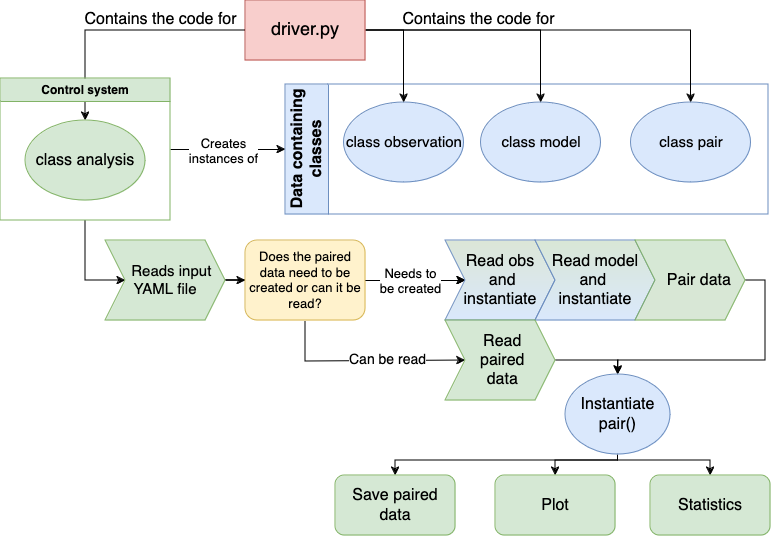
The draw.io diagram docs/_static/melodies_monet_code_workflow.png in shawnusaf/MELODIES-MONET, before a commit. Source tidied: cells renumbered, new cells last; positions are measured from the earlier drawing's top-left corner, leaving out a move shared by most shapes.
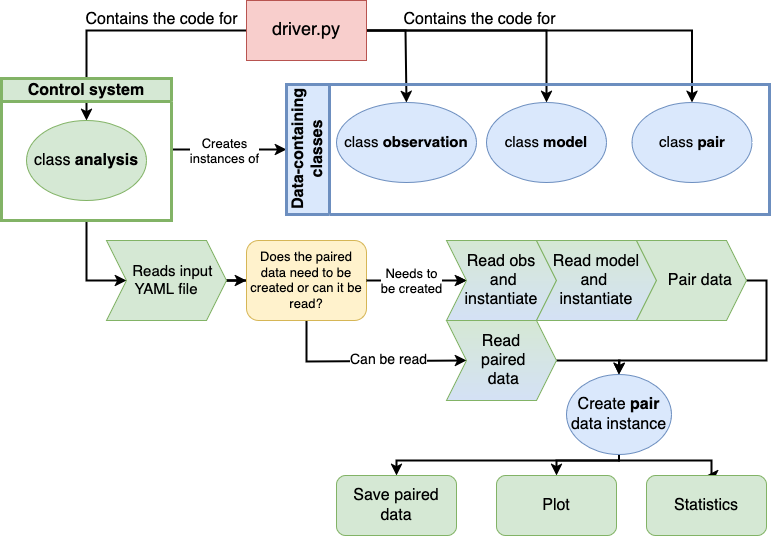
Later version of the same file.

Commit message:
Corrections to workflow diagram

Change to the diagram source:
```diff
@@ -2,22 +2,10 @@
   <root>
     <mxCell id="0" />
     <mxCell id="1" parent="0" />
-    <mxCell id="2" style="edgeStyle=orthogonalEdgeStyle;rounded=0;jettySize=auto;html=1;entryX=0.5;entryY=0;entryDx=0;entryDy=0;" parent="1" edge="1" source="16" target="11">
+    <mxCell id="2" style="edgeStyle=orthogonalEdgeStyle;rounded=0;jettySize=auto;html=1;entryX=0.5;entryY=0;entryDx=0;entryDy=0;strokeWidth=2;" parent="1" edge="1" source="16" target="11">
       <mxGeometry relative="1" as="geometry" />
     </mxCell>
-    <mxCell id="3" value="&lt;font style=&quot;font-size: 16px;&quot;&gt;Data containing classes&lt;/font&gt;" style="swimlane;horizontal=0;whiteSpace=wrap;html=1;startSize=43;fillColor=#dae8fc;strokeColor=#6c8ebf;" parent="1" vertex="1">
-      <mxGeometry x="285" y="84" width="483" height="130" as="geometry" />
-    </mxCell>
-    <mxCell id="4" value="&lt;font style=&quot;font-size: 15px;&quot;&gt;class observation&lt;/font&gt;" style="ellipse;whiteSpace=wrap;html=1;fillColor=#dae8fc;strokeColor=#6c8ebf;" parent="3" vertex="1">
-      <mxGeometry x="58.5" y="18" width="120" height="80" as="geometry" />
-    </mxCell>
-    <mxCell id="5" value="&lt;font style=&quot;font-size: 15px;&quot;&gt;class model&lt;/font&gt;" style="ellipse;whiteSpace=wrap;html=1;fillColor=#dae8fc;strokeColor=#6c8ebf;" parent="3" vertex="1">
-      <mxGeometry x="195.5" y="18" width="120" height="80" as="geometry" />
-    </mxCell>
-    <mxCell id="6" value="&lt;font style=&quot;font-size: 15px;&quot;&gt;class pair&lt;/font&gt;" style="ellipse;whiteSpace=wrap;html=1;fillColor=#dae8fc;strokeColor=#6c8ebf;" parent="3" vertex="1">
-      <mxGeometry x="345.5" y="18" width="120" height="80" as="geometry" />
-    </mxCell>
-    <mxCell id="7" style="edgeStyle=orthogonalEdgeStyle;rounded=0;jettySize=auto;html=1;entryX=0;entryY=0.5;entryDx=0;entryDy=0;" parent="1" edge="1" source="10" target="3">
+    <mxCell id="7" style="edgeStyle=orthogonalEdgeStyle;rounded=0;jettySize=auto;html=1;entryX=0;entryY=0.5;entryDx=0;entryDy=0;strokeWidth=2;" parent="1" edge="1" source="10" target="3">
       <mxGeometry relative="1" as="geometry" />
     </mxCell>
     <mxCell id="8" value="&lt;div&gt;&lt;font style=&quot;font-size: 13px;&quot;&gt;Creates&lt;/font&gt;&lt;/div&gt;&lt;div&gt;&lt;font style=&quot;font-size: 13px;&quot;&gt;instances of&lt;font&gt;&lt;br&gt;&lt;/font&gt;&lt;/font&gt;&lt;/div&gt;" style="edgeLabel;html=1;align=center;verticalAlign=middle;" parent="7" vertex="1">
@@ -25,23 +13,23 @@
         <mxPoint x="1" y="-1" as="offset" />
       </mxGeometry>
     </mxCell>
-    <mxCell id="9" style="edgeStyle=orthogonalEdgeStyle;rounded=0;jettySize=auto;html=1;exitX=0.5;exitY=1;exitDx=0;exitDy=0;entryX=0;entryY=0.5;entryDx=0;entryDy=0;" parent="1" edge="1" source="10" target="19">
+    <mxCell id="9" style="edgeStyle=orthogonalEdgeStyle;rounded=0;jettySize=auto;html=1;exitX=0.5;exitY=1;exitDx=0;exitDy=0;entryX=0;entryY=0.5;entryDx=0;entryDy=0;strokeWidth=2;" parent="1" edge="1" source="10" target="19">
       <mxGeometry relative="1" as="geometry">
         <Array as="points">
           <mxPoint x="85" y="280" />
         </Array>
       </mxGeometry>
     </mxCell>
-    <mxCell id="10" value="Control system" style="swimlane;whiteSpace=wrap;html=1;fillColor=#d5e8d4;strokeColor=#82b366;" parent="1" vertex="1">
+    <mxCell id="10" value="&lt;font style=&quot;font-size: 16px;&quot;&gt;Control system&lt;/font&gt;" style="swimlane;whiteSpace=wrap;html=1;fillColor=#d5e8d4;strokeColor=#82b366;strokeWidth=3;" parent="1" vertex="1">
       <mxGeometry y="78" width="170" height="142" as="geometry" />
     </mxCell>
-    <mxCell id="11" value="&lt;font style=&quot;font-size: 16px;&quot;&gt;class analysis&lt;/font&gt;" style="ellipse;whiteSpace=wrap;html=1;fillColor=#d5e8d4;strokeColor=#82b366;" parent="10" vertex="1">
+    <mxCell id="11" value="&lt;font style=&quot;font-size: 16px;&quot;&gt;class &lt;b&gt;analysis&lt;/b&gt;&lt;/font&gt;" style="ellipse;whiteSpace=wrap;html=1;fillColor=#d5e8d4;strokeColor=#82b366;" parent="10" vertex="1">
       <mxGeometry x="25" y="42" width="120" height="80" as="geometry" />
     </mxCell>
-    <mxCell id="12" style="edgeStyle=orthogonalEdgeStyle;rounded=0;jettySize=auto;html=1;" parent="1" edge="1" source="16" target="5">
+    <mxCell id="12" style="edgeStyle=orthogonalEdgeStyle;rounded=0;jettySize=auto;html=1;strokeWidth=2;" parent="1" edge="1" source="16" target="5">
       <mxGeometry relative="1" as="geometry" />
     </mxCell>
-    <mxCell id="13" style="edgeStyle=orthogonalEdgeStyle;rounded=0;jettySize=auto;html=1;" parent="1" edge="1" source="16" target="6">
+    <mxCell id="13" style="edgeStyle=orthogonalEdgeStyle;rounded=0;jettySize=auto;html=1;strokeWidth=2;" parent="1" edge="1" source="16" target="6">
       <mxGeometry relative="1" as="geometry" />
     </mxCell>
     <mxCell id="14" value="&lt;font style=&quot;font-size: 16px;&quot;&gt;Contains the code for&lt;/font&gt;" style="edgeLabel;html=1;align=center;verticalAlign=middle;" parent="13" vertex="1">
@@ -49,7 +37,7 @@
         <mxPoint x="25" y="-14" as="offset" />
       </mxGeometry>
     </mxCell>
-    <mxCell id="15" style="edgeStyle=orthogonalEdgeStyle;rounded=0;jettySize=auto;html=1;entryX=0.5;entryY=0;entryDx=0;entryDy=0;" parent="1" edge="1" source="16" target="4">
+    <mxCell id="15" style="edgeStyle=orthogonalEdgeStyle;rounded=0;jettySize=auto;html=1;entryX=0.5;entryY=0;entryDx=0;entryDy=0;strokeWidth=2;" parent="1" edge="1" source="16" target="4">
       <mxGeometry relative="1" as="geometry">
         <Array as="points">
           <mxPoint x="404" y="30" />
@@ -62,13 +50,13 @@
     <mxCell id="17" value="&lt;font style=&quot;font-size: 16px;&quot;&gt;Contains the code for&lt;/font&gt;" style="edgeLabel;html=1;align=center;verticalAlign=middle;" parent="1" vertex="1">
       <mxGeometry x="159" y="18" as="geometry" />
     </mxCell>
-    <mxCell id="18" style="edgeStyle=orthogonalEdgeStyle;rounded=0;jettySize=auto;html=1;entryX=0;entryY=0.5;entryDx=0;entryDy=0;" parent="1" edge="1" source="19" target="22">
+    <mxCell id="18" style="edgeStyle=orthogonalEdgeStyle;rounded=0;jettySize=auto;html=1;entryX=0;entryY=0.5;entryDx=0;entryDy=0;strokeWidth=2;" parent="1" edge="1" source="19" target="22">
       <mxGeometry relative="1" as="geometry" />
     </mxCell>
     <mxCell id="19" value="&lt;div&gt;&amp;nbsp;&amp;nbsp;&amp;nbsp; Reads input&amp;nbsp;&lt;/div&gt;&lt;div&gt;YAML file&lt;/div&gt;" style="shape=step;perimeter=stepPerimeter;whiteSpace=wrap;html=1;fixedSize=1;fontSize=15;fillColor=#d5e8d4;strokeColor=#82b366;" parent="1" vertex="1">
       <mxGeometry x="105" y="240" width="120" height="80" as="geometry" />
     </mxCell>
-    <mxCell id="20" value="&lt;font style=&quot;font-size: 14px;&quot;&gt;Can be read&lt;/font&gt;" style="edgeStyle=orthogonalEdgeStyle;rounded=0;jettySize=auto;html=1;exitX=0.5;exitY=1;exitDx=0;exitDy=0;entryX=0;entryY=0.5;entryDx=0;entryDy=0;" parent="1" edge="1" target="30">
+    <mxCell id="20" value="&lt;font style=&quot;font-size: 14px;&quot;&gt;Can be read&lt;/font&gt;" style="edgeStyle=orthogonalEdgeStyle;rounded=0;jettySize=auto;html=1;exitX=0.5;exitY=1;exitDx=0;exitDy=0;entryX=0;entryY=0.5;entryDx=0;entryDy=0;strokeWidth=2;" parent="1" edge="1" target="30">
       <mxGeometry x="0.22" relative="1" as="geometry">
         <mxPoint x="305" y="321" as="sourcePoint" />
         <Array as="points">
@@ -82,7 +70,7 @@
     <mxCell id="22" value="&lt;font style=&quot;font-size: 13px;&quot;&gt;Does the paired data need to be created or can it be read?&lt;/font&gt;" style="rounded=1;whiteSpace=wrap;html=1;fillColor=#fff2cc;strokeColor=#d6b656;" parent="1" vertex="1">
       <mxGeometry x="245" y="240" width="120" height="80" as="geometry" />
     </mxCell>
-    <mxCell id="23" style="endArrow=classic;html=1;rounded=0;" parent="1" edge="1">
+    <mxCell id="23" style="endArrow=classic;html=1;rounded=0;strokeWidth=2;" parent="1" edge="1">
       <mxGeometry relative="1" as="geometry">
         <mxPoint x="365" y="280" as="sourcePoint" />
         <mxPoint x="465" y="280" as="targetPoint" />
@@ -93,13 +81,13 @@
         <mxPoint x="9" y="-3" as="offset" />
       </mxGeometry>
     </mxCell>
-    <mxCell id="25" value="&lt;div&gt;&lt;font style=&quot;font-size: 16px;&quot;&gt;Read obs&lt;/font&gt;&lt;/div&gt;&lt;div&gt;&lt;font style=&quot;font-size: 16px;&quot;&gt;&amp;nbsp;and instantiate&lt;/font&gt;&lt;/div&gt;" style="shape=step;perimeter=stepPerimeter;whiteSpace=wrap;html=1;fixedSize=1;fillColor=#dae8fc;strokeColor=#6c8ebf;gradientColor=#dbe6d7;gradientDirection=north;" parent="1" vertex="1">
+    <mxCell id="25" value="&lt;div&gt;&lt;font style=&quot;font-size: 16px;&quot;&gt;Read obs&lt;/font&gt;&lt;/div&gt;&lt;div&gt;&lt;font style=&quot;font-size: 16px;&quot;&gt;&amp;nbsp;and instantiate&lt;/font&gt;&lt;/div&gt;" style="shape=step;perimeter=stepPerimeter;whiteSpace=wrap;html=1;fixedSize=1;fillColor=#d5e8d4;strokeColor=#82b366;gradientColor=#D4E1F5;" parent="1" vertex="1">
       <mxGeometry x="445" y="240" width="110" height="80" as="geometry" />
     </mxCell>
-    <mxCell id="26" value="&lt;div&gt;&lt;font style=&quot;font-size: 16px;&quot;&gt;Read model and&amp;nbsp;&lt;/font&gt;&lt;/div&gt;&lt;div&gt;&lt;font style=&quot;font-size: 16px;&quot;&gt;instantiate&lt;/font&gt;&lt;/div&gt;" style="shape=step;perimeter=stepPerimeter;whiteSpace=wrap;html=1;fixedSize=1;fillColor=#dae8fc;strokeColor=#6c8ebf;gradientColor=#d9e7d6;gradientDirection=north;" parent="1" vertex="1">
+    <mxCell id="26" value="&lt;div&gt;&lt;font style=&quot;font-size: 16px;&quot;&gt;Read model and&amp;nbsp;&lt;/font&gt;&lt;/div&gt;&lt;div&gt;&lt;font style=&quot;font-size: 16px;&quot;&gt;instantiate&lt;/font&gt;&lt;/div&gt;" style="shape=step;perimeter=stepPerimeter;whiteSpace=wrap;html=1;fixedSize=1;fillColor=#d5e8d4;strokeColor=#82b366;gradientColor=#D4E1F5;" parent="1" vertex="1">
       <mxGeometry x="535" y="240" width="120" height="80" as="geometry" />
     </mxCell>
-    <mxCell id="27" style="edgeStyle=orthogonalEdgeStyle;rounded=0;jettySize=auto;html=1;exitX=1;exitY=0.5;exitDx=0;exitDy=0;entryX=0.5;entryY=0;entryDx=0;entryDy=0;" parent="1" edge="1" source="28" target="34">
+    <mxCell id="27" style="edgeStyle=orthogonalEdgeStyle;rounded=0;jettySize=auto;html=1;exitX=1;exitY=0.5;exitDx=0;exitDy=0;entryX=0.5;entryY=0;entryDx=0;entryDy=0;strokeWidth=2;" parent="1" edge="1" source="28" target="34">
       <mxGeometry relative="1" as="geometry">
         <Array as="points">
           <mxPoint x="765" y="280" />
@@ -108,20 +96,20 @@
         </Array>
       </mxGeometry>
     </mxCell>
-    <mxCell id="28" value="&lt;div&gt;&lt;font style=&quot;font-size: 16px;&quot;&gt;&amp;nbsp;&amp;nbsp;&amp;nbsp; Pair data&lt;br&gt;&lt;/font&gt;&lt;/div&gt;" style="shape=step;perimeter=stepPerimeter;whiteSpace=wrap;html=1;fixedSize=1;fillColor=#d5e8d4;strokeColor=#82b366;gradientColor=#d9e7d6;" parent="1" vertex="1">
+    <mxCell id="28" value="&lt;div&gt;&lt;font style=&quot;font-size: 16px;&quot;&gt;&amp;nbsp;&amp;nbsp;&amp;nbsp; Pair data&lt;br&gt;&lt;/font&gt;&lt;/div&gt;" style="shape=step;perimeter=stepPerimeter;whiteSpace=wrap;html=1;fixedSize=1;fillColor=#d5e8d4;strokeColor=#82b366;" parent="1" vertex="1">
       <mxGeometry x="635" y="240" width="110" height="80" as="geometry" />
     </mxCell>
-    <mxCell id="29" style="edgeStyle=orthogonalEdgeStyle;rounded=0;jettySize=auto;html=1;" parent="1" edge="1" source="30" target="34">
+    <mxCell id="29" style="edgeStyle=orthogonalEdgeStyle;rounded=0;jettySize=auto;html=1;strokeWidth=2;" parent="1" edge="1" source="30" target="34">
       <mxGeometry relative="1" as="geometry">
         <Array as="points">
           <mxPoint x="618" y="360" />
         </Array>
       </mxGeometry>
     </mxCell>
-    <mxCell id="30" value="&lt;div&gt;&lt;font style=&quot;font-size: 16px;&quot;&gt;&amp;nbsp; Read&amp;nbsp;&lt;/font&gt;&lt;/div&gt;&lt;div&gt;&lt;font style=&quot;font-size: 16px;&quot;&gt;&amp;nbsp;paired&lt;/font&gt;&lt;/div&gt;&lt;div&gt;&lt;font style=&quot;font-size: 16px;&quot;&gt;&amp;nbsp;data&lt;br&gt;&lt;/font&gt;&lt;/div&gt;" style="shape=step;perimeter=stepPerimeter;whiteSpace=wrap;html=1;fixedSize=1;fillColor=#d5e8d4;strokeColor=#82b366;" parent="1" vertex="1">
+    <mxCell id="30" value="&lt;div&gt;&lt;font style=&quot;font-size: 16px;&quot;&gt;Read&lt;/font&gt;&lt;/div&gt;&lt;div&gt;&lt;font style=&quot;font-size: 16px;&quot;&gt;&amp;nbsp;paired&lt;/font&gt;&lt;/div&gt;&lt;div&gt;&lt;font style=&quot;font-size: 16px;&quot;&gt;&amp;nbsp;data&lt;/font&gt;&lt;/div&gt;" style="shape=step;perimeter=stepPerimeter;whiteSpace=wrap;html=1;fixedSize=1;gradientColor=light-dark(#D4E1F5,#1F2F1E);fillColor=#D5E8D4;strokeColor=#82B366;" parent="1" vertex="1">
       <mxGeometry x="445" y="320" width="110" height="80" as="geometry" />
     </mxCell>
-    <mxCell id="31" style="edgeStyle=orthogonalEdgeStyle;rounded=0;jettySize=auto;html=1;" parent="1" edge="1" source="34" target="35">
+    <mxCell id="31" style="edgeStyle=orthogonalEdgeStyle;rounded=0;jettySize=auto;html=1;strokeWidth=2;" parent="1" edge="1" source="34" target="35">
       <mxGeometry relative="1" as="geometry">
         <Array as="points">
           <mxPoint x="618" y="460" />
@@ -129,7 +117,7 @@
         </Array>
       </mxGeometry>
     </mxCell>
-    <mxCell id="32" style="edgeStyle=orthogonalEdgeStyle;rounded=0;jettySize=auto;html=1;entryX=0.5;entryY=0;entryDx=0;entryDy=0;" parent="1" edge="1" source="34" target="36">
+    <mxCell id="32" style="edgeStyle=orthogonalEdgeStyle;rounded=0;jettySize=auto;html=1;entryX=0.5;entryY=0;entryDx=0;entryDy=0;strokeWidth=2;" parent="1" edge="1" source="34" target="36">
       <mxGeometry relative="1" as="geometry">
         <Array as="points">
           <mxPoint x="618" y="460" />
@@ -137,7 +125,7 @@
         </Array>
       </mxGeometry>
     </mxCell>
-    <mxCell id="33" style="edgeStyle=orthogonalEdgeStyle;rounded=0;jettySize=auto;html=1;entryX=0.5;entryY=0;entryDx=0;entryDy=0;" parent="1" edge="1" source="34" target="37">
+    <mxCell id="33" style="edgeStyle=orthogonalEdgeStyle;rounded=0;jettySize=auto;html=1;entryX=0.5;entryY=0;entryDx=0;entryDy=0;strokeWidth=2;" parent="1" edge="1" source="34" target="37">
       <mxGeometry relative="1" as="geometry">
         <Array as="points">
           <mxPoint x="618" y="460" />
@@ -145,17 +133,29 @@
         </Array>
       </mxGeometry>
     </mxCell>
-    <mxCell id="34" value="&lt;font style=&quot;font-size: 16px;&quot;&gt;Instantiate pair()&lt;/font&gt;" style="ellipse;whiteSpace=wrap;html=1;fillColor=#dae8fc;strokeColor=#6c8ebf;" parent="1" vertex="1">
+    <mxCell id="34" value="&lt;font style=&quot;font-size: 16px;&quot;&gt;Create &lt;b&gt;pair&lt;/b&gt; data instance&lt;/font&gt;" style="ellipse;whiteSpace=wrap;html=1;fillColor=#dae8fc;strokeColor=#6c8ebf;" parent="1" vertex="1">
       <mxGeometry x="565" y="374" width="105" height="80" as="geometry" />
     </mxCell>
     <mxCell id="35" value="&lt;font style=&quot;font-size: 16px;&quot;&gt;Plot&lt;/font&gt;" style="rounded=1;whiteSpace=wrap;html=1;fillColor=#d5e8d4;strokeColor=#82b366;" parent="1" vertex="1">
       <mxGeometry x="495" y="475" width="120" height="60" as="geometry" />
     </mxCell>
     <mxCell id="36" value="&lt;font style=&quot;font-size: 16px;&quot;&gt;Statistics&lt;/font&gt;" style="rounded=1;whiteSpace=wrap;html=1;fillColor=#d5e8d4;strokeColor=#82b366;" parent="1" vertex="1">
-      <mxGeometry x="650" y="475" width="120" height="60" as="geometry" />
+      <mxGeometry x="645" y="475" width="120" height="60" as="geometry" />
     </mxCell>
     <mxCell id="37" value="&lt;font style=&quot;font-size: 16px;&quot;&gt;Save paired data&lt;/font&gt;" style="rounded=1;whiteSpace=wrap;html=1;fillColor=#d5e8d4;strokeColor=#82b366;" parent="1" vertex="1">
       <mxGeometry x="335" y="475" width="120" height="60" as="geometry" />
     </mxCell>
+    <mxCell id="3" value="&lt;font style=&quot;font-size: 16px;&quot;&gt;Data-containing classes&lt;/font&gt;" style="swimlane;horizontal=0;whiteSpace=wrap;html=1;startSize=43;fillColor=#dae8fc;strokeColor=#6c8ebf;strokeWidth=3;" parent="1" vertex="1">
+      <mxGeometry x="285" y="84" width="483" height="130" as="geometry" />
+    </mxCell>
+    <mxCell id="4" value="&lt;font style=&quot;font-size: 15px;&quot;&gt;class &lt;b&gt;observation&lt;/b&gt;&lt;/font&gt;" style="ellipse;whiteSpace=wrap;html=1;fillColor=#dae8fc;strokeColor=#6c8ebf;" parent="3" vertex="1">
+      <mxGeometry x="50" y="18" width="140" height="80" as="geometry" />
+    </mxCell>
+    <mxCell id="5" value="&lt;font style=&quot;font-size: 15px;&quot;&gt;class &lt;b&gt;model&lt;/b&gt;&lt;/font&gt;" style="ellipse;whiteSpace=wrap;html=1;fillColor=#dae8fc;strokeColor=#6c8ebf;" parent="3" vertex="1">
+      <mxGeometry x="200" y="18" width="120" height="80" as="geometry" />
+    </mxCell>
+    <mxCell id="6" value="&lt;font style=&quot;font-size: 15px;&quot;&gt;class &lt;b&gt;pair&lt;/b&gt;&lt;/font&gt;" style="ellipse;whiteSpace=wrap;html=1;fillColor=#dae8fc;strokeColor=#6c8ebf;" parent="3" vertex="1">
+      <mxGeometry x="345.5" y="18" width="120" height="80" as="geometry" />
+    </mxCell>
   </root>
 </mxGraphModel>
```
